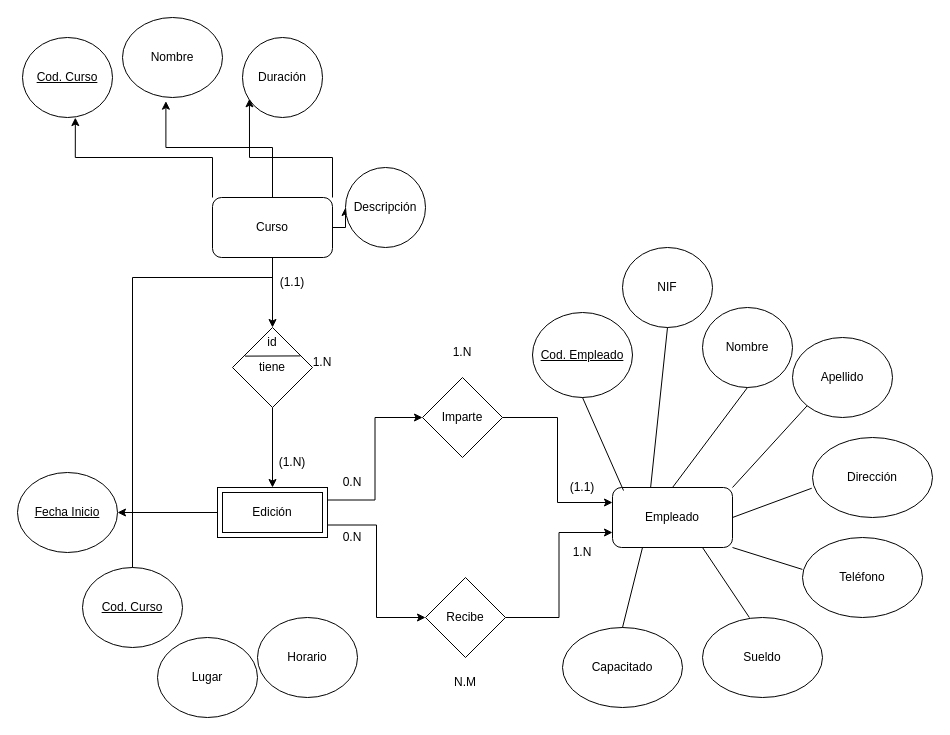
Earlier version of the draw.io diagram Diagrama ej13.drawio (LuisAlvarado89/Proyecto1). Source tidied: cells renumbered, new cells numbered last; positions are measured from the earlier drawing's top-left corner, leaving out a move shared by most shapes. Both pictures are drawn from the tidied source at 100%, with x=0, y=0 at pixel (17, 17).
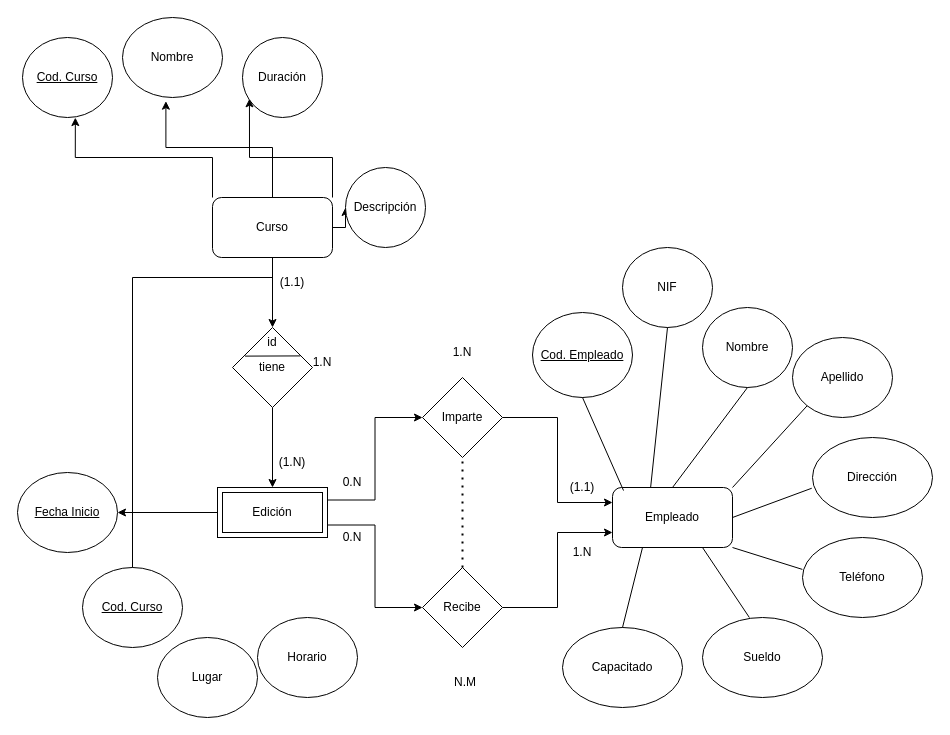
The same page after the edit.

Unchanged cells that the change refers to:
```xml
<mxCell id="26" value="Imparte" style="rhombus;whiteSpace=wrap;html=1;" parent="1" vertex="1">
  <mxGeometry x="405" y="360" width="80" height="80" as="geometry" />
</mxCell>
```

Diff of the diagram source:
```diff
@@
     <mxCell id="28" value="Recibe" style="rhombus;whiteSpace=wrap;html=1;" parent="1" vertex="1">
-      <mxGeometry x="408" y="560" width="80" height="80" as="geometry" />
+      <mxGeometry x="405" y="550" width="80" height="80" as="geometry" />
     </mxCell>
@@
+    <mxCell id="56" style="endArrow=none;dashed=1;html=1;dashPattern=1 3;strokeWidth=2;rounded=0;exitX=0.5;exitY=0;exitDx=0;exitDy=0;entryX=0.5;entryY=1;entryDx=0;entryDy=0;" parent="1" edge="1" source="28" target="26">
+      <mxGeometry relative="1" as="geometry" />
+    </mxCell>
```
